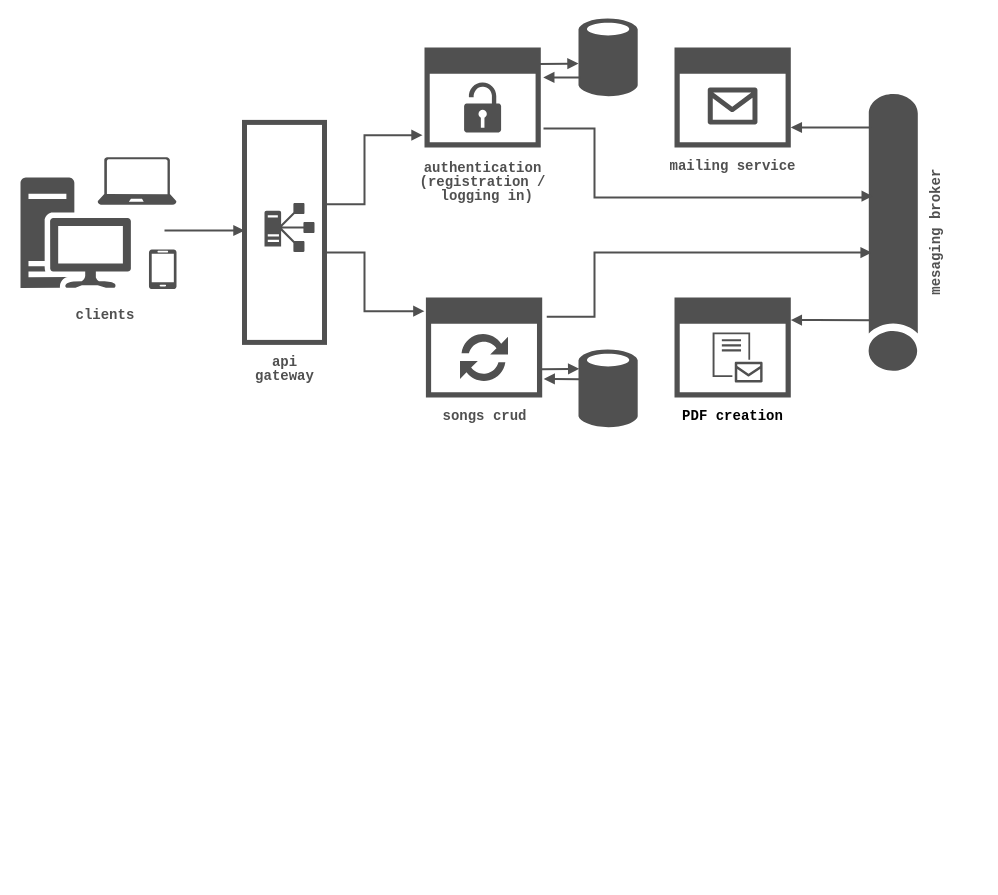
Before: system_design/chordax_microservices_system.drawio in chordax-dev-team/chordax_00_documentation, a draw.io diagram. Source tidied: cells renumbered, new cells numbered last; positions are measured from the earlier drawing's top-left corner, leaving out a move shared by most shapes. Both pictures are drawn from the tidied source at 100%, with x=0, y=0 at pixel (20, 17).
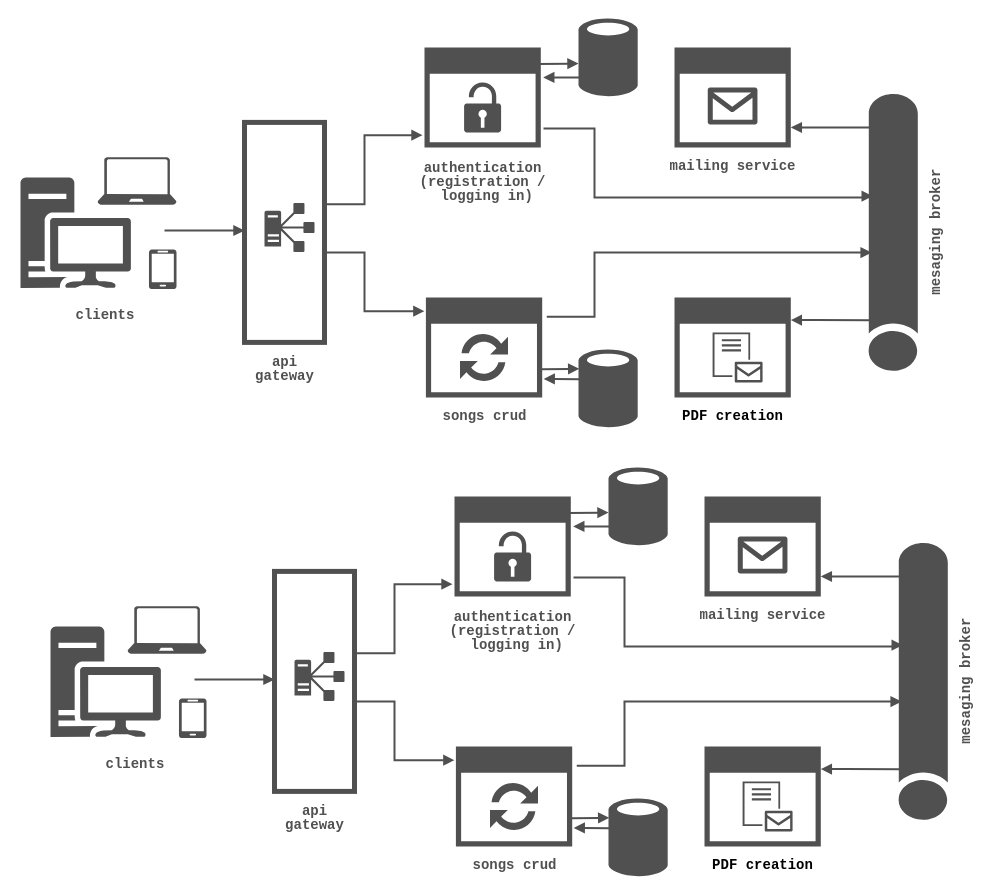
Above is the later version.

Commit message (it also covers changes not shown here):
Add UI/client prototype

What changed in the source:
```diff
@@
+    <mxCell id="38" value="&lt;pre style=&quot;line-height: 0%;&quot;&gt;&lt;font color=&quot;#505050&quot; style=&quot;font-size: 14px;&quot;&gt;&lt;b&gt;mesaging broker&lt;/b&gt;&lt;/font&gt;&lt;/pre&gt;" style="sketch=0;shadow=0;dashed=0;html=1;strokeColor=none;labelPosition=center;verticalLabelPosition=bottom;verticalAlign=top;align=center;fillColor=#505050;shape=mxgraph.mscae.general.tunnel;rotation=-90;" parent="1" vertex="1">
+      <mxGeometry x="764" y="639" width="276.8" height="49.8" as="geometry" />
+    </mxCell>
+    <mxCell id="39" style="group;" parent="1" vertex="1">
+      <mxGeometry x="684" y="479" width="116.3" height="100" as="geometry" />
+    </mxCell>
+    <mxCell id="40" value="&lt;pre style=&quot;line-height: 0px;&quot;&gt;&lt;span style=&quot;font-size: 14px;&quot;&gt;&lt;b&gt;&lt;font color=&quot;#505050&quot;&gt;mailing service&lt;/font&gt;&lt;/b&gt;&lt;/span&gt;&lt;/pre&gt;" style="sketch=0;shadow=0;dashed=0;html=1;strokeColor=none;labelPosition=center;verticalLabelPosition=bottom;verticalAlign=top;align=center;fillColor=#505050;shape=mxgraph.mscae.enterprise.application_blank;" parent="39" vertex="1">
+      <mxGeometry width="116.3" height="100" as="geometry" />
+    </mxCell>
+    <mxCell id="41" style="sketch=0;shadow=0;dashed=0;html=1;strokeColor=none;labelPosition=center;verticalLabelPosition=bottom;verticalAlign=top;align=center;fillColor=#505050;shape=mxgraph.azure.message2;" parent="39" vertex="1">
+      <mxGeometry x="33.1" y="40" width="50" height="37" as="geometry" />
+    </mxCell>
+    <mxCell id="42" style="group;" parent="1" vertex="1">
+      <mxGeometry x="684" y="729" width="116.3" height="100" as="geometry" />
+    </mxCell>
+    <mxCell id="43" value="&lt;pre style=&quot;line-height: 0px;&quot;&gt;&lt;span style=&quot;font-size: 14px;&quot;&gt;&lt;b&gt;PDF creation&lt;/b&gt;&lt;/span&gt;&lt;/pre&gt;" style="sketch=0;shadow=0;dashed=0;html=1;strokeColor=none;labelPosition=center;verticalLabelPosition=bottom;verticalAlign=top;align=center;fillColor=#505050;shape=mxgraph.mscae.enterprise.application_blank;" parent="42" vertex="1">
+      <mxGeometry width="116.3" height="100" as="geometry" />
+    </mxCell>
+    <mxCell id="44" style="sketch=0;shadow=0;dashed=0;html=1;strokeColor=none;labelPosition=center;verticalLabelPosition=bottom;verticalAlign=top;align=center;fillColor=#505050;shape=mxgraph.mscae.intune.intune_email_profiles;" parent="42" vertex="1">
+      <mxGeometry x="38.1" y="35" width="50" height="50" as="geometry" />
+    </mxCell>
+    <mxCell id="45" style="group;" parent="1" vertex="1">
+      <mxGeometry x="435.4" y="729" width="211.8" height="131" as="geometry" />
+    </mxCell>
+    <mxCell id="46" style="sketch=0;shadow=0;dashed=0;html=1;strokeColor=none;labelPosition=center;verticalLabelPosition=bottom;verticalAlign=top;align=center;fillColor=#505050;shape=mxgraph.mscae.enterprise.database_generic;" parent="45" vertex="1">
+      <mxGeometry x="152.6" y="51" width="59.2" height="80" as="geometry" />
+    </mxCell>
+    <mxCell id="47" style="edgeStyle=none;jettySize=auto;html=1;rounded=0;entryX=0.012;entryY=0.254;entryDx=0;entryDy=0;entryPerimeter=0;exitX=0.992;exitY=0.718;exitDx=0;exitDy=0;exitPerimeter=0;strokeColor=#505050;targetPerimeterSpacing=1;sourcePerimeterSpacing=1;flowAnimation=1;shadow=0;startArrow=none;startFill=0;endArrow=block;endFill=1;strokeWidth=2;" parent="45" edge="1" source="50" target="46">
+      <mxGeometry relative="1" as="geometry" />
+    </mxCell>
+    <mxCell id="48" style="edgeStyle=none;jettySize=auto;html=1;rounded=0;entryX=1.013;entryY=0.814;entryDx=0;entryDy=0;entryPerimeter=0;exitX=0.021;exitY=0.383;exitDx=0;exitDy=0;exitPerimeter=0;strokeColor=#505050;targetPerimeterSpacing=1;sourcePerimeterSpacing=1;flowAnimation=1;shadow=0;startArrow=none;startFill=0;endArrow=block;endFill=1;strokeWidth=2;" parent="45" edge="1" source="46" target="50">
+      <mxGeometry relative="1" as="geometry" />
+    </mxCell>
+    <mxCell id="49" style="group;" parent="45" vertex="1">
+      <mxGeometry width="116.3" height="100" as="geometry" />
+    </mxCell>
+    <mxCell id="50" value="&lt;pre style=&quot;line-height: 0px;&quot;&gt;&lt;span style=&quot;font-size: 14px;&quot;&gt;&lt;b&gt;&lt;font color=&quot;#505050&quot;&gt;songs crud&lt;/font&gt;&lt;/b&gt;&lt;/span&gt;&lt;/pre&gt;" style="sketch=0;shadow=0;dashed=0;html=1;strokeColor=none;labelPosition=center;verticalLabelPosition=bottom;verticalAlign=top;align=center;fillColor=#505050;shape=mxgraph.mscae.enterprise.application_blank;" parent="49" vertex="1">
+      <mxGeometry width="116.3" height="100" as="geometry" />
+    </mxCell>
+    <mxCell id="51" style="sketch=0;shadow=0;dashed=0;html=1;strokeColor=none;labelPosition=center;verticalLabelPosition=bottom;verticalAlign=top;align=center;fillColor=#505050;shape=mxgraph.mscae.intune.update;" parent="49" vertex="1">
+      <mxGeometry x="34.1" y="35" width="48" height="50" as="geometry" />
+    </mxCell>
+    <mxCell id="52" style="group;" parent="1" vertex="1">
+      <mxGeometry x="434" y="449" width="213.2" height="130" as="geometry" />
+    </mxCell>
+    <mxCell id="53" style="sketch=0;shadow=0;dashed=0;html=1;strokeColor=none;labelPosition=center;verticalLabelPosition=bottom;verticalAlign=top;align=center;fillColor=#505050;shape=mxgraph.mscae.enterprise.database_generic;" parent="52" vertex="1">
+      <mxGeometry x="154" width="59.2" height="80" as="geometry" />
+    </mxCell>
+    <mxCell id="54" style="edgeStyle=none;jettySize=auto;html=1;rounded=0;exitX=0.984;exitY=0.165;exitDx=0;exitDy=0;exitPerimeter=0;strokeColor=#505050;targetPerimeterSpacing=1;sourcePerimeterSpacing=1;flowAnimation=1;shadow=0;startArrow=none;startFill=0;endArrow=block;endFill=1;strokeWidth=2;" parent="52" edge="1" source="57">
+      <mxGeometry relative="1" as="geometry">
+        <mxPoint x="154" y="46" as="targetPoint" />
+      </mxGeometry>
+    </mxCell>
+    <mxCell id="55" style="edgeStyle=none;jettySize=auto;html=1;rounded=0;exitX=0.039;exitY=0.749;exitDx=0;exitDy=0;exitPerimeter=0;entryX=1.021;entryY=0.299;entryDx=0;entryDy=0;entryPerimeter=0;strokeColor=#505050;targetPerimeterSpacing=1;sourcePerimeterSpacing=1;flowAnimation=1;shadow=0;startArrow=none;startFill=0;endArrow=block;endFill=1;strokeWidth=2;" parent="52" edge="1" source="53" target="57">
+      <mxGeometry relative="1" as="geometry" />
+    </mxCell>
+    <mxCell id="56" style="group;" parent="52" vertex="1">
+      <mxGeometry y="30" width="116.3" height="100" as="geometry" />
+    </mxCell>
+    <mxCell id="57" value="&lt;pre style=&quot;line-height: 0px; font-size: 14px;&quot;&gt;&lt;pre style=&quot;line-height: 0px;&quot;&gt;&lt;span style=&quot;&quot;&gt;&lt;b&gt;&lt;font style=&quot;font-size: 14px;&quot; color=&quot;#505050&quot;&gt;authentication&lt;/font&gt;&lt;/b&gt;&lt;/span&gt;&lt;/pre&gt;&lt;pre style=&quot;line-height: 0px;&quot;&gt;&lt;span style=&quot;&quot;&gt;&lt;b&gt;&lt;font style=&quot;font-size: 14px;&quot; color=&quot;#505050&quot;&gt;(registration /&lt;/font&gt;&lt;/b&gt;&lt;/span&gt;&lt;/pre&gt;&lt;pre style=&quot;line-height: 0px;&quot;&gt;&lt;span style=&quot;&quot;&gt;&lt;b&gt;&lt;font style=&quot;font-size: 14px;&quot; color=&quot;#505050&quot;&gt; logging in)&lt;/font&gt;&lt;/b&gt;&lt;/span&gt;&lt;/pre&gt;&lt;/pre&gt;" style="sketch=0;shadow=0;dashed=0;html=1;strokeColor=none;labelPosition=center;verticalLabelPosition=bottom;verticalAlign=top;align=center;fillColor=#505050;shape=mxgraph.mscae.enterprise.application_blank;" parent="56" vertex="1">
+      <mxGeometry width="116.3" height="100" as="geometry" />
+    </mxCell>
+    <mxCell id="58" style="sketch=0;shadow=0;dashed=0;html=1;strokeColor=none;labelPosition=center;verticalLabelPosition=bottom;verticalAlign=top;align=center;fillColor=#505050;shape=mxgraph.mscae.enterprise.lock_unlocked;" parent="56" vertex="1">
+      <mxGeometry x="39.6" y="35" width="37" height="50" as="geometry" />
+    </mxCell>
+    <mxCell id="59" style="group;" parent="1" vertex="1">
+      <mxGeometry x="36" y="588.8" width="150" height="120" as="geometry" />
+    </mxCell>
+    <mxCell id="60" style="group;" parent="59" vertex="1">
+      <mxGeometry x="-6" width="156.1" height="131.6" as="geometry" />
+    </mxCell>
+    <mxCell id="61" style="sketch=0;shadow=0;dashed=0;html=1;strokeColor=none;labelPosition=center;verticalLabelPosition=bottom;verticalAlign=top;align=center;fillColor=#505050;shape=mxgraph.azure.laptop;" parent="60" vertex="1">
+      <mxGeometry x="77.1" width="78.9" height="47.4" as="geometry" />
+    </mxCell>
+    <mxCell id="62" value="&lt;pre&gt;&lt;font color=&quot;#505050&quot; style=&quot;font-size: 14px;&quot;&gt;&lt;b&gt;       clients&lt;/b&gt;&lt;/font&gt;&lt;/pre&gt;" style="sketch=0;shadow=0;dashed=0;html=1;strokeColor=none;labelPosition=center;verticalLabelPosition=bottom;verticalAlign=top;align=center;fillColor=#505050;shape=mxgraph.mscae.enterprise.workstation_client;" parent="60" vertex="1">
+      <mxGeometry y="20.2" width="110.5" height="110.5" as="geometry" />
+    </mxCell>
+    <mxCell id="63" style="sketch=0;shadow=0;dashed=0;html=1;strokeColor=none;labelPosition=center;verticalLabelPosition=bottom;verticalAlign=top;align=center;fillColor=#505050;shape=mxgraph.azure.mobile;" parent="60" vertex="1">
+      <mxGeometry x="128.4" y="92.2" width="27.6" height="39.5" as="geometry" />
+    </mxCell>
+    <mxCell id="64" style="edgeStyle=orthogonalEdgeStyle;jettySize=auto;html=1;rounded=0;entryX=-0.017;entryY=0.877;entryDx=0;entryDy=0;entryPerimeter=0;exitX=1.017;exitY=0.372;exitDx=0;exitDy=0;exitPerimeter=0;strokeColor=#505050;flowAnimation=1;endArrow=block;endFill=1;strokeWidth=2;" parent="1" edge="1" source="69" target="57">
+      <mxGeometry relative="1" as="geometry">
+        <Array as="points">
+          <mxPoint x="374" y="636" />
+          <mxPoint x="374" y="567" />
+        </Array>
+      </mxGeometry>
+    </mxCell>
+    <mxCell id="65" style="edgeStyle=orthogonalEdgeStyle;jettySize=auto;html=1;rounded=0;exitX=0.183;exitY=0.073;exitDx=0;exitDy=0;exitPerimeter=0;strokeColor=#505050;flowAnimation=1;endArrow=block;endFill=1;strokeWidth=2;" parent="1" edge="1" source="38" target="43">
+      <mxGeometry relative="1" as="geometry">
+        <Array as="points">
+          <mxPoint x="824" y="752" />
+          <mxPoint x="824" y="752" />
+        </Array>
+      </mxGeometry>
+    </mxCell>
+    <mxCell id="66" style="edgeStyle=orthogonalEdgeStyle;orthogonalLoop=1;jettySize=auto;html=1;rounded=0;exitX=0.183;exitY=0.073;exitDx=0;exitDy=0;exitPerimeter=0;strokeColor=#505050;flowAnimation=1;endArrow=block;endFill=1;strokeWidth=2;" parent="1" edge="1">
+      <mxGeometry relative="1" as="geometry">
+        <mxPoint x="881.3" y="559" as="sourcePoint" />
+        <mxPoint x="800.3" y="559" as="targetPoint" />
+        <Array as="points">
+          <mxPoint x="824.3" y="559" />
+          <mxPoint x="824.3" y="559" />
+        </Array>
+      </mxGeometry>
+    </mxCell>
+    <mxCell id="67" style="edgeStyle=orthogonalEdgeStyle;jettySize=auto;html=1;rounded=0;flowAnimation=1;endArrow=block;endFill=1;entryX=0.631;entryY=0.095;entryDx=0;entryDy=0;entryPerimeter=0;strokeColor=#505050;strokeWidth=2;" parent="1" edge="1" target="38">
+      <mxGeometry relative="1" as="geometry">
+        <mxPoint x="554" y="559" as="sourcePoint" />
+        <Array as="points">
+          <mxPoint x="554" y="560" />
+          <mxPoint x="604" y="560" />
+          <mxPoint x="604" y="629" />
+          <mxPoint x="874" y="629" />
+          <mxPoint x="874" y="628" />
+        </Array>
+      </mxGeometry>
+    </mxCell>
+    <mxCell id="68" style="edgeStyle=orthogonalEdgeStyle;rounded=0;jettySize=auto;html=1;exitX=1.039;exitY=0.193;exitDx=0;exitDy=0;exitPerimeter=0;entryX=0.427;entryY=0.073;entryDx=0;entryDy=0;entryPerimeter=0;startArrow=none;startFill=0;endArrow=block;endFill=1;flowAnimation=1;strokeColor=#505050;strokeWidth=2;" parent="1" edge="1" source="50" target="38">
+      <mxGeometry relative="1" as="geometry">
+        <Array as="points">
+          <mxPoint x="604" y="748" />
+          <mxPoint x="604" y="684" />
+        </Array>
+      </mxGeometry>
+    </mxCell>
+    <mxCell id="69" style="whiteSpace=wrap;html=1;strokeWidth=5;strokeColor=#505050;" parent="1" vertex="1">
+      <mxGeometry x="254" y="553.9" width="80" height="220" as="geometry" />
+    </mxCell>
+    <mxCell id="70" style="sketch=0;shadow=0;dashed=0;html=1;strokeColor=none;labelPosition=center;verticalLabelPosition=bottom;verticalAlign=top;align=center;fillColor=#505050;shape=mxgraph.mscae.oms.dependency_monitor;" parent="1" vertex="1">
+      <mxGeometry x="274" y="634.5" width="50" height="49" as="geometry" />
+    </mxCell>
+    <mxCell id="71" value="&lt;pre style=&quot;line-height: 0%;&quot;&gt;&lt;font size=&quot;1&quot; color=&quot;#505050&quot;&gt;&lt;b style=&quot;font-size: 14px;&quot;&gt;api&lt;/b&gt;&lt;/font&gt;&lt;/pre&gt;&lt;pre style=&quot;line-height: 0%;&quot;&gt;&lt;font size=&quot;1&quot; color=&quot;#505050&quot;&gt;&lt;b style=&quot;font-size: 14px;&quot;&gt;gateway&lt;/b&gt;&lt;/font&gt;&lt;/pre&gt;" style="text;html=1;align=center;verticalAlign=middle;strokeColor=none;fillColor=none;" parent="1" vertex="1">
+      <mxGeometry x="254" y="776" width="80" height="50" as="geometry" />
+    </mxCell>
+    <mxCell id="72" style="edgeStyle=orthogonalEdgeStyle;jettySize=auto;html=1;rounded=0;entryX=-0.013;entryY=0.137;entryDx=0;entryDy=0;entryPerimeter=0;strokeColor=#505050;flowAnimation=1;endArrow=block;endFill=1;strokeWidth=2;" parent="1" edge="1" target="50">
+      <mxGeometry relative="1" as="geometry">
+        <mxPoint x="334" y="684" as="sourcePoint" />
+        <Array as="points">
+          <mxPoint x="374" y="684" />
+          <mxPoint x="374" y="743" />
+        </Array>
+      </mxGeometry>
+    </mxCell>
+    <mxCell id="73" style="edgeStyle=none;orthogonalLoop=1;jettySize=auto;html=1;rounded=0;flowAnimation=1;endArrow=block;endFill=1;strokeColor=#505050;strokeWidth=2;" parent="1" edge="1">
+      <mxGeometry relative="1" as="geometry">
+        <mxPoint x="174" y="662" as="sourcePoint" />
+        <mxPoint x="254" y="662" as="targetPoint" />
+      </mxGeometry>
+    </mxCell>
```
